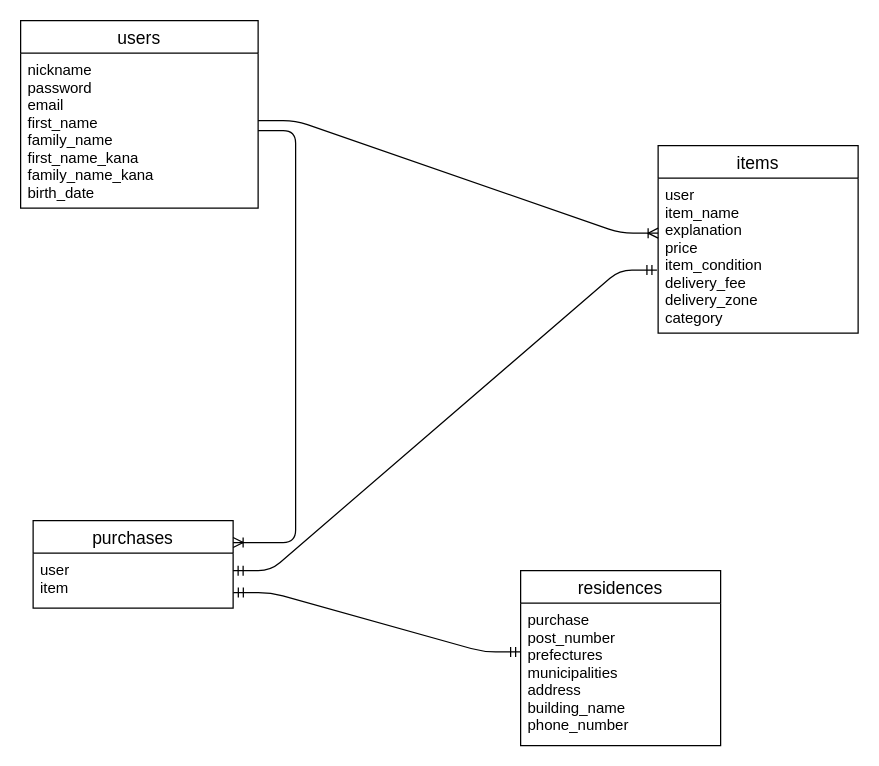
The draw.io diagram furima.dio in 70341488/furima-36547-, before the edit. Source tidied: cells renumbered, new cells numbered last; positions are measured from the earlier drawing's top-left corner, leaving out a move shared by most shapes. Both pictures are drawn from the tidied source at 125%, with x=0, y=0 at pixel (20, 20).
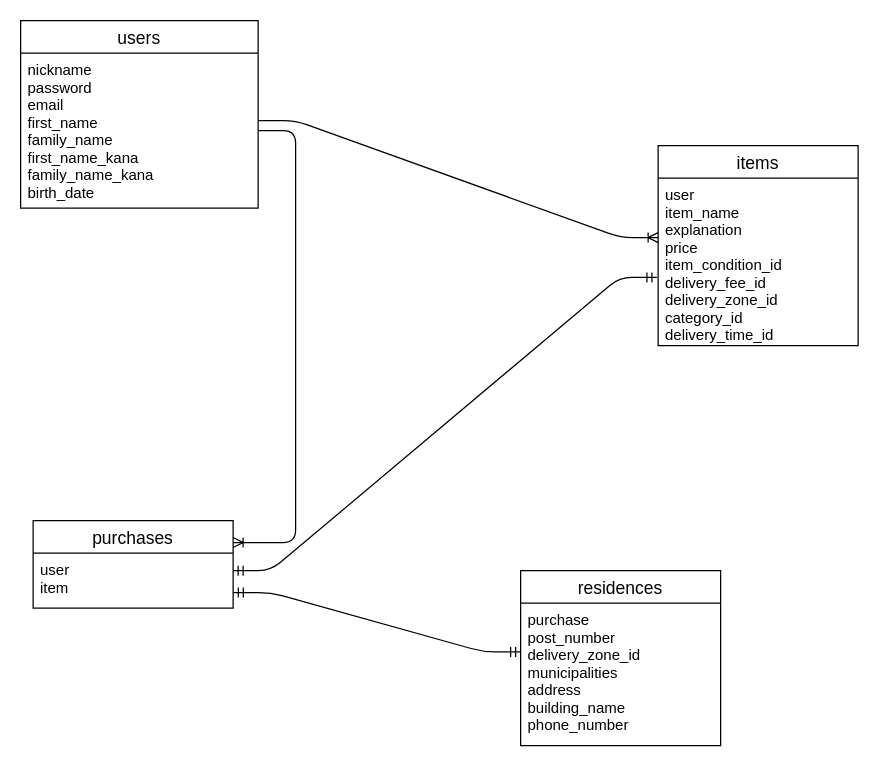
After the change.

Commit message (it also covers changes not shown here):
データベース修正終了

Change to the diagram source:
```diff
@@
 <mxGraphModel>
   <root>
     <mxCell id="0" />
     <mxCell id="1" parent="0" />
     <mxCell id="2" value="users" style="swimlane;fontStyle=0;horizontal=1;startSize=26;align=center;fontSize=14;" parent="1" vertex="1">
       <mxGeometry width="190" height="150" as="geometry" />
     </mxCell>
     <mxCell id="3" value="nickname&#10;password&#10;email&#10;first_name&#10;family_name&#10;first_name_kana&#10;family_name_kana&#10;birth_date" style="text;strokeColor=none;fillColor=none;spacingLeft=4;spacingRight=4;overflow=hidden;points=[[0,0.5],[1,0.5]];portConstraint=eastwest;fontSize=12;" parent="2" vertex="1">
       <mxGeometry y="26" width="190" height="124" as="geometry" />
     </mxCell>
     <mxCell id="4" value="items" style="swimlane;fontStyle=0;horizontal=1;startSize=26;align=center;fontSize=14;" parent="1" vertex="1">
-      <mxGeometry x="510" y="100" width="160" height="150" as="geometry" />
+      <mxGeometry x="510" y="100" width="160" height="160" as="geometry" />
     </mxCell>
-    <mxCell id="5" value="user&#10;item_name&#10;explanation&#10;price&#10;item_condition&#10;delivery_fee&#10;delivery_zone&#10;category&#10;" style="text;strokeColor=none;fillColor=none;spacingLeft=4;spacingRight=4;overflow=hidden;points=[[0,0.5],[1,0.5]];portConstraint=eastwest;fontSize=12;" parent="4" vertex="1">
-      <mxGeometry y="26" width="160" height="124" as="geometry" />
+    <mxCell id="5" value="user&#10;item_name&#10;explanation&#10;price&#10;item_condition_id&#10;delivery_fee_id&#10;delivery_zone_id&#10;category_id&#10;delivery_time_id" style="text;strokeColor=none;fillColor=none;spacingLeft=4;spacingRight=4;overflow=hidden;points=[[0,0.5],[1,0.5]];portConstraint=eastwest;fontSize=12;" parent="4" vertex="1">
+      <mxGeometry y="26" width="160" height="134" as="geometry" />
     </mxCell>
     <mxCell id="6" value="purchases" style="swimlane;fontStyle=0;horizontal=1;startSize=26;align=center;fontSize=14;" parent="1" vertex="1">
       <mxGeometry x="10" y="400" width="160" height="70" as="geometry" />
     </mxCell>
     <mxCell id="7" value="user&#10;item" style="text;strokeColor=none;fillColor=none;spacingLeft=4;spacingRight=4;overflow=hidden;points=[[0,0.5],[1,0.5]];portConstraint=eastwest;fontSize=12;" parent="6" vertex="1">
       <mxGeometry y="26" width="160" height="44" as="geometry" />
     </mxCell>
     <mxCell id="8" value="residences" style="swimlane;fontStyle=0;horizontal=1;startSize=26;align=center;fontSize=14;" parent="1" vertex="1">
       <mxGeometry x="400" y="440" width="160" height="140" as="geometry" />
     </mxCell>
-    <mxCell id="9" value="purchase&#10;post_number&#10;prefectures&#10;municipalities&#10;address&#10;building_name&#10;phone_number" style="text;strokeColor=none;fillColor=none;spacingLeft=4;spacingRight=4;overflow=hidden;fontSize=12;" parent="8" vertex="1">
+    <mxCell id="9" value="purchase&#10;post_number&#10;delivery_zone_id&#10;municipalities&#10;address&#10;building_name&#10;phone_number" style="text;strokeColor=none;fillColor=none;spacingLeft=4;spacingRight=4;overflow=hidden;fontSize=12;" parent="8" vertex="1">
       <mxGeometry y="26" width="160" height="114" as="geometry" />
     </mxCell>
     <mxCell id="10" style="edgeStyle=entityRelationEdgeStyle;fontSize=12;html=1;endArrow=ERoneToMany;entryX=0;entryY=0.355;entryDx=0;entryDy=0;entryPerimeter=0;" parent="1" edge="1" target="5">
       <mxGeometry relative="1" as="geometry">
         <mxPoint x="190" y="80" as="sourcePoint" />
       </mxGeometry>
     </mxCell>
     <mxCell id="11" style="edgeStyle=entityRelationEdgeStyle;fontSize=12;html=1;endArrow=ERoneToMany;entryX=1;entryY=0.25;entryDx=0;entryDy=0;" parent="1" edge="1" source="3" target="6">
       <mxGeometry relative="1" as="geometry" />
     </mxCell>
     <mxCell id="12" style="edgeStyle=entityRelationEdgeStyle;fontSize=12;html=1;endArrow=ERmandOne;startArrow=ERmandOne;entryX=-0.006;entryY=0.593;entryDx=0;entryDy=0;entryPerimeter=0;" parent="1" edge="1" target="5">
       <mxGeometry relative="1" as="geometry">
         <mxPoint x="170" y="440" as="sourcePoint" />
       </mxGeometry>
     </mxCell>
     <mxCell id="13" style="edgeStyle=entityRelationEdgeStyle;fontSize=12;html=1;endArrow=ERmandOne;startArrow=ERmandOne;exitX=1.001;exitY=0.718;exitDx=0;exitDy=0;exitPerimeter=0;" parent="1" edge="1" source="7">
       <mxGeometry relative="1" as="geometry">
         <mxPoint x="400" y="505" as="targetPoint" />
       </mxGeometry>
     </mxCell>
   </root>
 </mxGraphModel>
```
